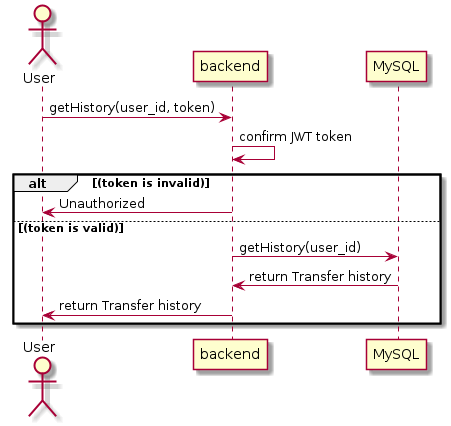
This is images/sequence-diagram/fintech/getHistory.png from minhduc2803/Snail-App, a PlantUML export, as it was before one commit.
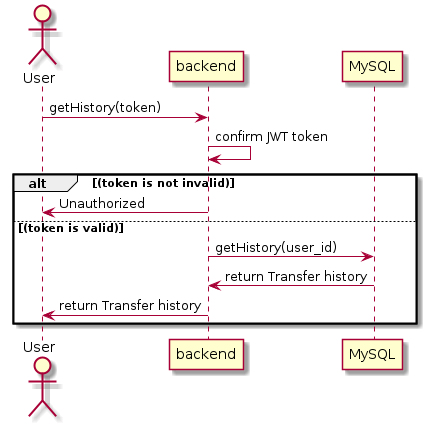
After the commit.

Change to the diagram source:
```diff
@@ -1,8 +1,8 @@
 @startuml getHistory
     actor User
-    User -> "backend" : getHistory(user_id, token)
+    User -> "backend" : getHistory(token)
     "backend" -> "backend" : confirm JWT token
-    alt (token is invalid)
+    alt (token is not invalid)
     "backend" -> User : Unauthorized
     else (token is valid)
     "backend" -> "MySQL" : getHistory(user_id)
```
